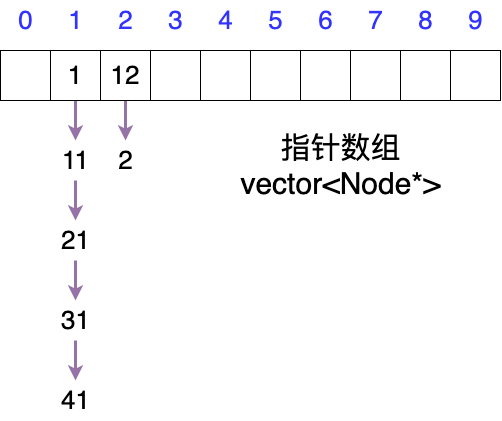
Earlier version of the draw.io export CS/数据结构与算法/哈希桶.drawio.png (superwjfeng/MarkdownWriting). Source tidied: cells renumbered, new cells last; positions are measured from the earlier drawing's top-left corner, leaving out a move shared by most shapes.
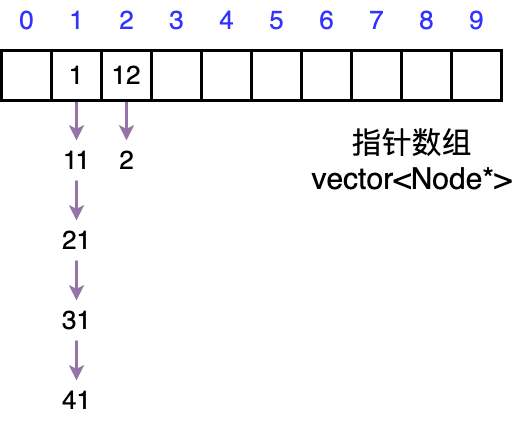
After the change.

Diff of the diagram source:
```diff
@@ -2,13 +2,13 @@
   <root>
     <mxCell id="0" />
     <mxCell id="1" parent="0" />
-    <mxCell id="2" style="rounded=0;whiteSpace=wrap;html=1;" parent="1" vertex="1">
+    <mxCell id="2" style="rounded=0;whiteSpace=wrap;html=1;strokeWidth=3;" parent="1" vertex="1">
       <mxGeometry y="50" width="50" height="50" as="geometry" />
     </mxCell>
     <mxCell id="3" style="edgeStyle=orthogonalEdgeStyle;rounded=0;jettySize=auto;html=1;strokeColor=#9673a6;strokeWidth=3;fillColor=#e1d5e7;" parent="1" edge="1" source="4" target="25">
       <mxGeometry relative="1" as="geometry" />
     </mxCell>
-    <mxCell id="4" value="&lt;font style=&quot;font-size: 26px;&quot;&gt;1&lt;/font&gt;" style="rounded=0;whiteSpace=wrap;html=1;" parent="1" vertex="1">
+    <mxCell id="4" value="&lt;font style=&quot;font-size: 26px;&quot;&gt;1&lt;/font&gt;" style="rounded=0;whiteSpace=wrap;html=1;strokeWidth=3;" parent="1" vertex="1">
       <mxGeometry x="50" y="50" width="50" height="50" as="geometry" />
     </mxCell>
     <mxCell id="5" value="&lt;font color=&quot;#3333ff&quot; style=&quot;font-size: 26px;&quot;&gt;1&lt;/font&gt;" style="text;html=1;align=center;verticalAlign=middle;strokeColor=none;fillColor=none;" parent="1" vertex="1">
@@ -20,10 +20,10 @@
     <mxCell id="7" style="edgeStyle=orthogonalEdgeStyle;rounded=0;jettySize=auto;html=1;strokeColor=#9673a6;strokeWidth=3;fillColor=#e1d5e7;" parent="1" edge="1" source="8" target="31">
       <mxGeometry relative="1" as="geometry" />
     </mxCell>
-    <mxCell id="8" value="&lt;font style=&quot;font-size: 26px;&quot;&gt;12&lt;/font&gt;" style="rounded=0;whiteSpace=wrap;html=1;" parent="1" vertex="1">
+    <mxCell id="8" value="&lt;font style=&quot;font-size: 26px;&quot;&gt;12&lt;/font&gt;" style="rounded=0;whiteSpace=wrap;html=1;strokeWidth=3;" parent="1" vertex="1">
       <mxGeometry x="100" y="50" width="50" height="50" as="geometry" />
     </mxCell>
-    <mxCell id="9" style="rounded=0;whiteSpace=wrap;html=1;" parent="1" vertex="1">
+    <mxCell id="9" style="rounded=0;whiteSpace=wrap;html=1;strokeWidth=3;" parent="1" vertex="1">
       <mxGeometry x="150" y="50" width="50" height="50" as="geometry" />
     </mxCell>
     <mxCell id="10" value="&lt;font color=&quot;#3333ff&quot; style=&quot;font-size: 26px;&quot;&gt;3&lt;/font&gt;" style="text;html=1;align=center;verticalAlign=middle;strokeColor=none;fillColor=none;" parent="1" vertex="1">
@@ -32,10 +32,10 @@
     <mxCell id="11" value="&lt;font color=&quot;#3333ff&quot; style=&quot;font-size: 26px;&quot;&gt;2&lt;/font&gt;" style="text;html=1;align=center;verticalAlign=middle;strokeColor=none;fillColor=none;" parent="1" vertex="1">
       <mxGeometry x="105" width="40" height="40" as="geometry" />
     </mxCell>
-    <mxCell id="12" style="rounded=0;whiteSpace=wrap;html=1;" parent="1" vertex="1">
+    <mxCell id="12" style="rounded=0;whiteSpace=wrap;html=1;strokeWidth=3;" parent="1" vertex="1">
       <mxGeometry x="200" y="50" width="50" height="50" as="geometry" />
     </mxCell>
-    <mxCell id="13" style="rounded=0;whiteSpace=wrap;html=1;" parent="1" vertex="1">
+    <mxCell id="13" style="rounded=0;whiteSpace=wrap;html=1;strokeWidth=3;" parent="1" vertex="1">
       <mxGeometry x="250" y="50" width="50" height="50" as="geometry" />
     </mxCell>
     <mxCell id="14" value="&lt;font color=&quot;#3333ff&quot; style=&quot;font-size: 26px;&quot;&gt;5&lt;/font&gt;" style="text;html=1;align=center;verticalAlign=middle;strokeColor=none;fillColor=none;" parent="1" vertex="1">
@@ -44,10 +44,10 @@
     <mxCell id="15" value="&lt;font color=&quot;#3333ff&quot; style=&quot;font-size: 26px;&quot;&gt;4&lt;/font&gt;" style="text;html=1;align=center;verticalAlign=middle;strokeColor=none;fillColor=none;" parent="1" vertex="1">
       <mxGeometry x="205" width="40" height="40" as="geometry" />
     </mxCell>
-    <mxCell id="16" style="rounded=0;whiteSpace=wrap;html=1;" parent="1" vertex="1">
+    <mxCell id="16" style="rounded=0;whiteSpace=wrap;html=1;strokeWidth=3;" parent="1" vertex="1">
       <mxGeometry x="300" y="50" width="50" height="50" as="geometry" />
     </mxCell>
-    <mxCell id="17" style="rounded=0;whiteSpace=wrap;html=1;" parent="1" vertex="1">
+    <mxCell id="17" style="rounded=0;whiteSpace=wrap;html=1;strokeWidth=3;" parent="1" vertex="1">
       <mxGeometry x="350" y="50" width="50" height="50" as="geometry" />
     </mxCell>
     <mxCell id="18" value="&lt;font color=&quot;#3333ff&quot;&gt;&lt;span style=&quot;font-size: 26px;&quot;&gt;7&lt;/span&gt;&lt;/font&gt;" style="text;html=1;align=center;verticalAlign=middle;strokeColor=none;fillColor=none;" parent="1" vertex="1">
@@ -56,10 +56,10 @@
     <mxCell id="19" value="&lt;font color=&quot;#3333ff&quot; style=&quot;font-size: 26px;&quot;&gt;6&lt;/font&gt;" style="text;html=1;align=center;verticalAlign=middle;strokeColor=none;fillColor=none;" parent="1" vertex="1">
       <mxGeometry x="305" width="40" height="40" as="geometry" />
     </mxCell>
-    <mxCell id="20" style="rounded=0;whiteSpace=wrap;html=1;" parent="1" vertex="1">
+    <mxCell id="20" style="rounded=0;whiteSpace=wrap;html=1;strokeWidth=3;" parent="1" vertex="1">
       <mxGeometry x="400" y="50" width="50" height="50" as="geometry" />
     </mxCell>
-    <mxCell id="21" style="rounded=0;whiteSpace=wrap;html=1;" parent="1" vertex="1">
+    <mxCell id="21" style="rounded=0;whiteSpace=wrap;html=1;strokeWidth=3;" parent="1" vertex="1">
       <mxGeometry x="450" y="50" width="50" height="50" as="geometry" />
     </mxCell>
     <mxCell id="22" value="&lt;font color=&quot;#3333ff&quot;&gt;&lt;span style=&quot;font-size: 26px;&quot;&gt;9&lt;/span&gt;&lt;/font&gt;" style="text;html=1;align=center;verticalAlign=middle;strokeColor=none;fillColor=none;" parent="1" vertex="1">
@@ -93,7 +93,7 @@
       <mxGeometry x="105" y="140" width="40" height="40" as="geometry" />
     </mxCell>
     <mxCell id="32" value="&lt;font style=&quot;font-size: 30px;&quot;&gt;指针数组&lt;br&gt;vector&amp;lt;Node*&amp;gt;&lt;/font&gt;" style="text;html=1;align=center;verticalAlign=middle;strokeColor=none;fillColor=none;" parent="1" vertex="1">
-      <mxGeometry x="230" y="120" width="220" height="90" as="geometry" />
+      <mxGeometry x="300" y="115" width="220" height="90" as="geometry" />
     </mxCell>
   </root>
 </mxGraphModel>
```
